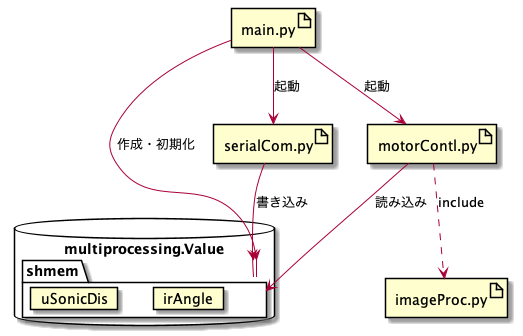
Before: FC-TRONTO_raspi.png, a diagram exported from PlantUML (FC-TRONTO/documents). Source of this version:
```plantuml
@startuml FC-TRONTO_raspi

artifact main.py
artifact serialCom.py
artifact imageProc.py
artifact motorContl.py
database "multiprocessing.Value" {
  folder "shmem" {
    card irAngle
    card uSonicDis
  }
}

main.py --> serialCom.py : 起動
main.py --> motorContl.py : 起動
motorContl.py ..> imageProc.py : include
main.py --> shmem : 作成・初期化
serialCom.py --> shmem : 書き込み
motorContl.py --> shmem : 読み込み

@enduml
```
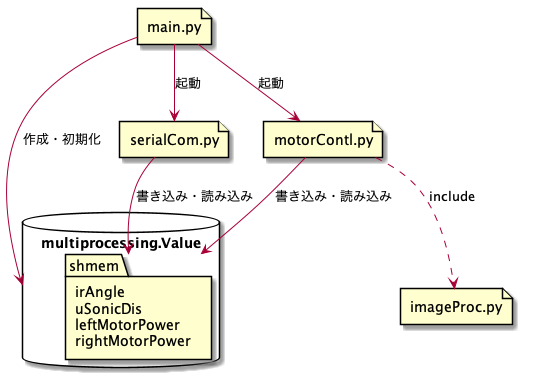
Above is the later version.

Commit message:
Fix: shmem content

Diff of the diagram source:
```diff
@@ -1,21 +1,23 @@
 @startuml FC-TRONTO_raspi
 
-artifact main.py
-artifact serialCom.py
-artifact imageProc.py
-artifact motorContl.py
-database "multiprocessing.Value" {
-  folder "shmem" {
-    card irAngle
-    card uSonicDis
-  }
+file main.py
+file serialCom.py
+file imageProc.py
+file motorContl.py
+database multiprocessing.Value {
+  folder shmem [
+    irAngle
+    uSonicDis
+    leftMotorPower
+    rightMotorPower
+  ]
 }
 
 main.py --> serialCom.py : 起動
 main.py --> motorContl.py : 起動
 motorContl.py ..> imageProc.py : include
-main.py --> shmem : 作成・初期化
-serialCom.py --> shmem : 書き込み
-motorContl.py --> shmem : 読み込み
+main.py --> multiprocessing.Value : 作成・初期化
+serialCom.py --> shmem : 書き込み・読み込み
+motorContl.py --> shmem : 書き込み・読み込み
 
 @enduml
```
